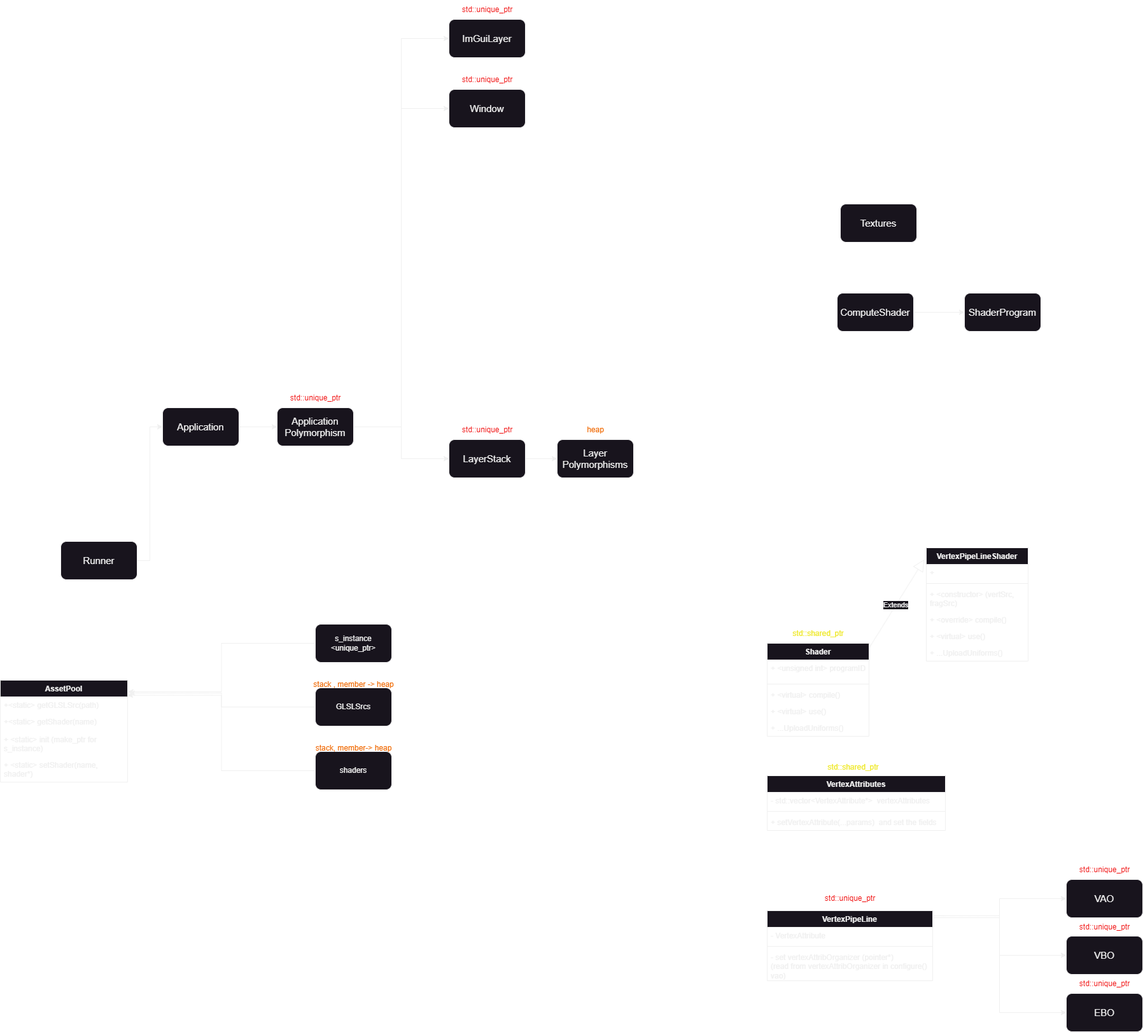
This is OpenGL-Core/OpenGL-Core-UML.drawio.png from UsernameDP/OpenGL, a draw.io export, as it was before one commit. Source tidied: cells renumbered, new cells last; positions are measured from the earlier drawing's top-left corner, leaving out a move shared by most shapes.
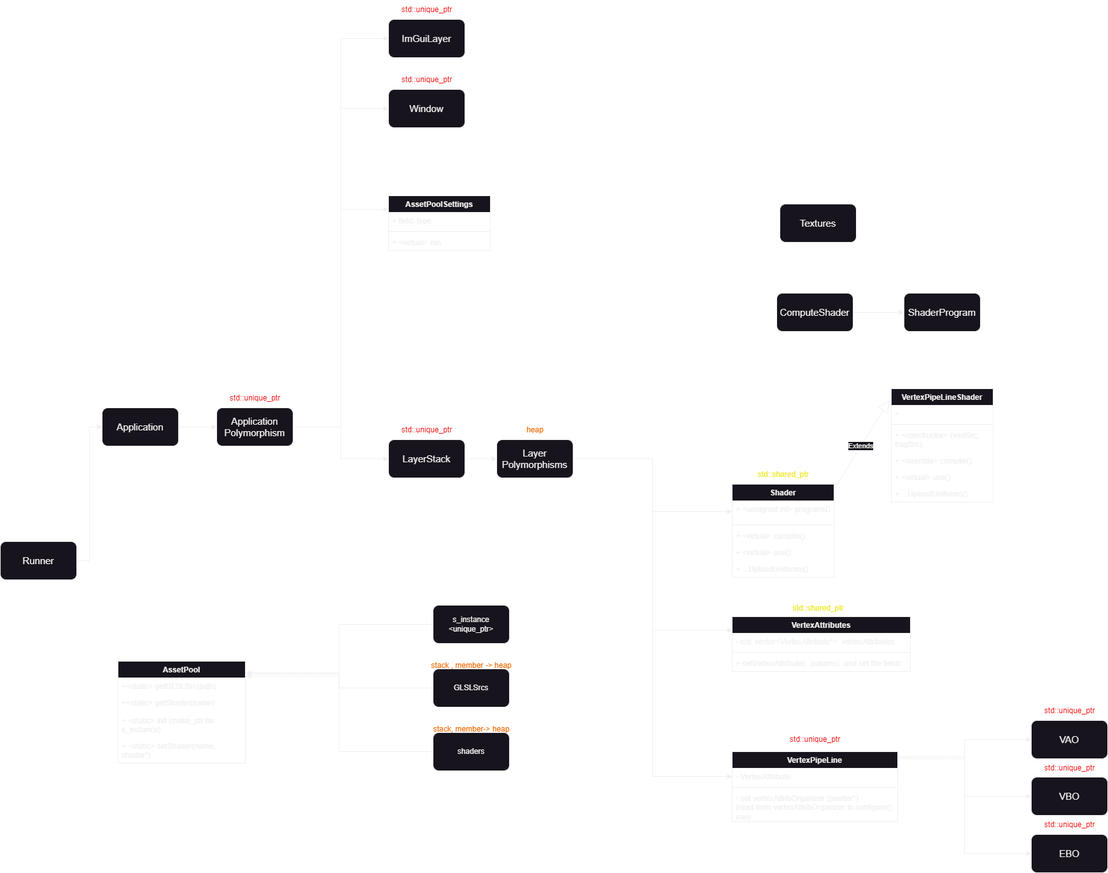
Above is the later version.

The edit, as a diff of the source:
```diff
@@ -17,6 +17,9 @@
     <mxCell id="6" style="edgeStyle=orthogonalEdgeStyle;rounded=0;jettySize=auto;html=1;exitX=1;exitY=0.5;exitDx=0;exitDy=0;entryX=0;entryY=0.5;entryDx=0;entryDy=0;" parent="1" edge="1" source="7" target="20">
       <mxGeometry relative="1" as="geometry" />
     </mxCell>
+    <mxCell id="78" style="edgeStyle=orthogonalEdgeStyle;rounded=0;jettySize=auto;html=1;exitX=1;exitY=0.5;exitDx=0;exitDy=0;entryX=0;entryY=0.25;entryDx=0;entryDy=0;" parent="1" edge="1" source="7" target="82">
+      <mxGeometry relative="1" as="geometry" />
+    </mxCell>
     <mxCell id="7" value="Application Polymorphism" style="rounded=1;whiteSpace=wrap;html=1;fontSize=15;" parent="1" vertex="1">
       <mxGeometry x="435" y="640" width="120" height="60" as="geometry" />
     </mxCell>
@@ -26,6 +29,15 @@
     <mxCell id="9" value="ImGuiLayer" style="rounded=1;whiteSpace=wrap;html=1;fontSize=15;" parent="1" vertex="1">
       <mxGeometry x="705" y="30" width="120" height="60" as="geometry" />
     </mxCell>
+    <mxCell id="79" style="edgeStyle=orthogonalEdgeStyle;rounded=0;jettySize=auto;html=1;exitX=1;exitY=0.5;exitDx=0;exitDy=0;entryX=0;entryY=0.5;entryDx=0;entryDy=0;" parent="1" edge="1" source="10" target="72">
+      <mxGeometry relative="1" as="geometry" />
+    </mxCell>
+    <mxCell id="80" style="edgeStyle=orthogonalEdgeStyle;rounded=0;jettySize=auto;html=1;exitX=1;exitY=0.5;exitDx=0;exitDy=0;entryX=0;entryY=0.25;entryDx=0;entryDy=0;" parent="1" edge="1" source="10" target="46">
+      <mxGeometry relative="1" as="geometry" />
+    </mxCell>
+    <mxCell id="81" style="edgeStyle=orthogonalEdgeStyle;rounded=0;jettySize=auto;html=1;exitX=1;exitY=0.5;exitDx=0;exitDy=0;entryX=0;entryY=0.5;entryDx=0;entryDy=0;" parent="1" edge="1" source="10" target="40">
+      <mxGeometry relative="1" as="geometry" />
+    </mxCell>
     <mxCell id="10" value="Layer Polymorphisms" style="rounded=1;whiteSpace=wrap;html=1;fontSize=15;" parent="1" vertex="1">
       <mxGeometry x="875" y="690" width="120" height="60" as="geometry" />
     </mxCell>
@@ -44,8 +56,8 @@
     <mxCell id="15" style="edgeStyle=orthogonalEdgeStyle;rounded=0;jettySize=auto;html=1;exitX=1.015;exitY=0.073;exitDx=0;exitDy=0;entryX=0;entryY=0.5;entryDx=0;entryDy=0;exitPerimeter=0;" parent="1" edge="1" source="39" target="68">
       <mxGeometry relative="1" as="geometry">
         <Array as="points">
-          <mxPoint x="1570" y="1438" />
-          <mxPoint x="1570" y="1590" />
+          <mxPoint x="1610" y="1188" />
+          <mxPoint x="1610" y="1340" />
         </Array>
       </mxGeometry>
     </mxCell>
@@ -75,12 +87,12 @@
     </mxCell>
     <mxCell id="24" style="edgeStyle=orthogonalEdgeStyle;rounded=0;orthogonalLoop=1;jettySize=auto;html=1;exitX=0.5;exitY=1;exitDx=0;exitDy=0;" parent="1" edge="1">
       <mxGeometry relative="1" as="geometry">
-        <mxPoint x="515" y="1170" as="sourcePoint" />
-        <mxPoint x="515" y="1170" as="targetPoint" />
+        <mxPoint x="795" y="1140" as="sourcePoint" />
+        <mxPoint x="795" y="1140" as="targetPoint" />
       </mxGeometry>
     </mxCell>
     <mxCell id="25" value="AssetPool" style="swimlane;fontStyle=1;align=center;verticalAlign=top;horizontal=1;startSize=26;whiteSpace=wrap;html=1;" parent="1" vertex="1">
-      <mxGeometry y="1068" width="200" height="160" as="geometry" />
+      <mxGeometry x="280" y="1038" width="200" height="160" as="geometry" />
     </mxCell>
     <mxCell id="26" value="+&amp;lt;static&amp;gt; getGLSLSrc(path)" style="text;strokeColor=none;fillColor=none;align=left;verticalAlign=top;spacingLeft=4;spacingRight=4;overflow=hidden;whiteSpace=wrap;html=1;" parent="25" vertex="1">
       <mxGeometry y="26" width="200" height="26" as="geometry" />
@@ -98,28 +110,28 @@
       <mxGeometry relative="1" as="geometry" />
     </mxCell>
     <mxCell id="31" value="s_instance &amp;lt;unique_ptr&amp;gt;" style="rounded=1;whiteSpace=wrap;html=1;" parent="1" vertex="1">
-      <mxGeometry x="495" y="980" width="120" height="60" as="geometry" />
+      <mxGeometry x="775" y="950" width="120" height="60" as="geometry" />
     </mxCell>
     <mxCell id="32" style="edgeStyle=orthogonalEdgeStyle;rounded=0;jettySize=auto;html=1;exitX=0;exitY=0.5;exitDx=0;exitDy=0;entryX=1;entryY=0.147;entryDx=0;entryDy=0;entryPerimeter=0;" parent="1" edge="1" source="33" target="25">
       <mxGeometry relative="1" as="geometry" />
     </mxCell>
     <mxCell id="33" value="GLSLSrcs" style="rounded=1;whiteSpace=wrap;html=1;" parent="1" vertex="1">
-      <mxGeometry x="495" y="1080" width="120" height="60" as="geometry" />
+      <mxGeometry x="775" y="1050" width="120" height="60" as="geometry" />
     </mxCell>
     <mxCell id="34" style="edgeStyle=orthogonalEdgeStyle;rounded=0;jettySize=auto;html=1;exitX=0;exitY=0.5;exitDx=0;exitDy=0;entryX=1.014;entryY=0.126;entryDx=0;entryDy=0;entryPerimeter=0;" parent="1" edge="1" source="35" target="25">
       <mxGeometry relative="1" as="geometry" />
     </mxCell>
     <mxCell id="35" value="shaders" style="rounded=1;whiteSpace=wrap;html=1;" parent="1" vertex="1">
-      <mxGeometry x="495" y="1180" width="120" height="60" as="geometry" />
+      <mxGeometry x="775" y="1150" width="120" height="60" as="geometry" />
     </mxCell>
     <mxCell id="36" value="&lt;font color=&quot;#f06902&quot;&gt;stack , member -&amp;gt; heap&lt;/font&gt;" style="text;html=1;align=center;verticalAlign=middle;strokeColor=none;fillColor=none;" parent="1" vertex="1">
-      <mxGeometry x="480" y="1060" width="150" height="30" as="geometry" />
+      <mxGeometry x="760" y="1030" width="150" height="30" as="geometry" />
     </mxCell>
     <mxCell id="37" value="&lt;font color=&quot;#f06902&quot;&gt;stack, member-&amp;gt; heap&lt;/font&gt;" style="text;html=1;align=center;verticalAlign=middle;strokeColor=none;fillColor=none;" parent="1" vertex="1">
-      <mxGeometry x="485" y="1160" width="140" height="30" as="geometry" />
+      <mxGeometry x="765" y="1130" width="140" height="30" as="geometry" />
     </mxCell>
     <mxCell id="38" style="group;" parent="1" vertex="1">
-      <mxGeometry x="1205" y="1400" width="260" height="140" as="geometry" />
+      <mxGeometry x="1245" y="1150" width="260" height="140" as="geometry" />
     </mxCell>
     <mxCell id="39" value="VertexPipeLine" style="swimlane;fontStyle=1;align=center;verticalAlign=top;horizontal=1;startSize=26;whiteSpace=wrap;html=1;" parent="38" vertex="1">
       <mxGeometry y="30" width="260" height="110" as="geometry" />
@@ -137,7 +149,7 @@
       <mxGeometry x="80" y="-4" width="100" height="30" as="geometry" />
     </mxCell>
     <mxCell id="44" style="group;" parent="1" vertex="1">
-      <mxGeometry x="1205" y="1190" width="280" height="140" as="geometry" />
+      <mxGeometry x="1245" y="940" width="280" height="140" as="geometry" />
     </mxCell>
     <mxCell id="45" value="&lt;font color=&quot;#f0ea37&quot;&gt;std::shared_ptr&lt;/font&gt;" style="text;html=1;align=center;verticalAlign=middle;strokeColor=none;fillColor=none;" parent="44" vertex="1">
       <mxGeometry x="85" width="100" height="30" as="geometry" />
@@ -155,7 +167,7 @@
       <mxGeometry y="60" width="280" height="26" as="geometry" />
     </mxCell>
     <mxCell id="50" value="VertexPipeLineShader" style="swimlane;fontStyle=1;align=center;verticalAlign=top;horizontal=1;startSize=26;whiteSpace=wrap;html=1;" parent="1" vertex="1">
-      <mxGeometry x="1455" y="860" width="160" height="178" as="geometry" />
+      <mxGeometry x="1495" y="610" width="160" height="178" as="geometry" />
     </mxCell>
     <mxCell id="51" value="+&amp;nbsp;" style="text;strokeColor=none;fillColor=none;align=left;verticalAlign=top;spacingLeft=4;spacingRight=4;overflow=hidden;whiteSpace=wrap;html=1;" parent="50" vertex="1">
       <mxGeometry y="26" width="160" height="26" as="geometry" />
@@ -188,7 +200,7 @@
       <mxGeometry x="715" y="660" width="100" height="30" as="geometry" />
     </mxCell>
     <mxCell id="61" style="group;" parent="1" vertex="1">
-      <mxGeometry x="1675" y="1351" width="120" height="90" as="geometry" />
+      <mxGeometry x="1715" y="1101" width="120" height="90" as="geometry" />
     </mxCell>
     <mxCell id="62" value="VAO" style="rounded=1;whiteSpace=wrap;html=1;fontSize=15;" parent="61" vertex="1">
       <mxGeometry y="30" width="120" height="60" as="geometry" />
@@ -197,7 +209,7 @@
       <mxGeometry x="10" width="100" height="30" as="geometry" />
     </mxCell>
     <mxCell id="64" style="group;" parent="1" vertex="1">
-      <mxGeometry x="1675" y="1441" width="120" height="89" as="geometry" />
+      <mxGeometry x="1715" y="1191" width="120" height="89" as="geometry" />
     </mxCell>
     <mxCell id="65" value="VBO" style="rounded=1;whiteSpace=wrap;html=1;fontSize=15;" parent="64" vertex="1">
       <mxGeometry y="29" width="120" height="60" as="geometry" />
@@ -206,7 +218,7 @@
       <mxGeometry x="10" width="100" height="30" as="geometry" />
     </mxCell>
     <mxCell id="67" style="group;" parent="1" vertex="1">
-      <mxGeometry x="1675" y="1530" width="120" height="90" as="geometry" />
+      <mxGeometry x="1715" y="1280" width="120" height="90" as="geometry" />
     </mxCell>
     <mxCell id="68" value="EBO" style="rounded=1;whiteSpace=wrap;html=1;fontSize=15;" parent="67" vertex="1">
       <mxGeometry y="30" width="120" height="60" as="geometry" />
@@ -215,7 +227,7 @@
       <mxGeometry x="10" width="100" height="30" as="geometry" />
     </mxCell>
     <mxCell id="70" style="group;" parent="1" vertex="1">
-      <mxGeometry x="1205" y="980" width="160" height="176" as="geometry" />
+      <mxGeometry x="1245" y="730" width="160" height="176" as="geometry" />
     </mxCell>
     <mxCell id="71" value="Shader" style="swimlane;fontStyle=1;align=center;verticalAlign=top;horizontal=1;startSize=26;whiteSpace=wrap;html=1;" parent="70" vertex="1">
       <mxGeometry y="30" width="160" height="146" as="geometry" />
@@ -238,5 +250,17 @@
     <mxCell id="77" value="&lt;font color=&quot;#f0ea37&quot;&gt;std::shared_ptr&lt;/font&gt;" style="text;html=1;align=center;verticalAlign=middle;strokeColor=none;fillColor=none;" parent="70" vertex="1">
       <mxGeometry x="30" width="100" height="30" as="geometry" />
     </mxCell>
+    <mxCell id="82" value="AssetPoolSettings" style="swimlane;fontStyle=1;align=center;verticalAlign=top;horizontal=1;startSize=26;whiteSpace=wrap;html=1;" parent="1" vertex="1">
+      <mxGeometry x="705" y="307" width="160" height="86" as="geometry" />
+    </mxCell>
+    <mxCell id="83" value="+ field: type" style="text;strokeColor=none;fillColor=none;align=left;verticalAlign=top;spacingLeft=4;spacingRight=4;overflow=hidden;whiteSpace=wrap;html=1;" parent="82" vertex="1">
+      <mxGeometry y="26" width="160" height="26" as="geometry" />
+    </mxCell>
+    <mxCell id="84" style="line;strokeWidth=1;fillColor=none;align=left;verticalAlign=middle;spacingTop=-1;spacingLeft=3;spacingRight=3;labelPosition=right;strokeColor=inherit;" parent="82" vertex="1">
+      <mxGeometry y="52" width="160" height="8" as="geometry" />
+    </mxCell>
+    <mxCell id="85" value="+ &amp;lt;virtual&amp;gt; run" style="text;strokeColor=none;fillColor=none;align=left;verticalAlign=top;spacingLeft=4;spacingRight=4;overflow=hidden;whiteSpace=wrap;html=1;" parent="82" vertex="1">
+      <mxGeometry y="60" width="160" height="26" as="geometry" />
+    </mxCell>
   </root>
 </mxGraphModel>
```
